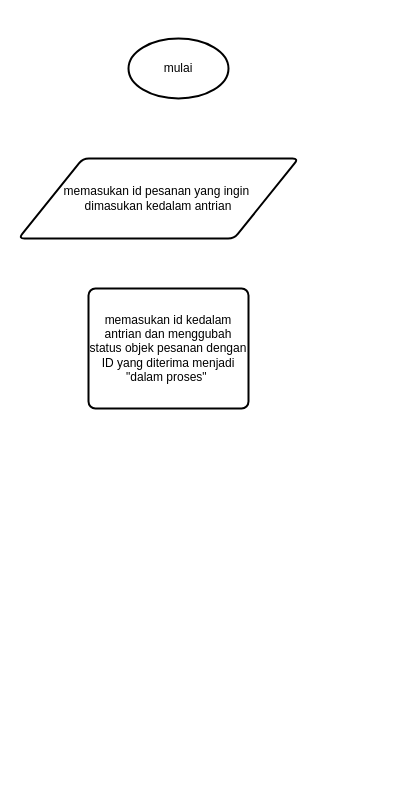
Above: flowchart strukturdata.drawio in ardya6/erd-dfd (draw.io), before the change. Source tidied: cells renumbered, new cells numbered last; positions are measured from the earlier drawing's top-left corner, leaving out a move shared by most shapes. Both pictures are drawn from the tidied source at 100%, with x=0, y=0 at pixel (18, 38).
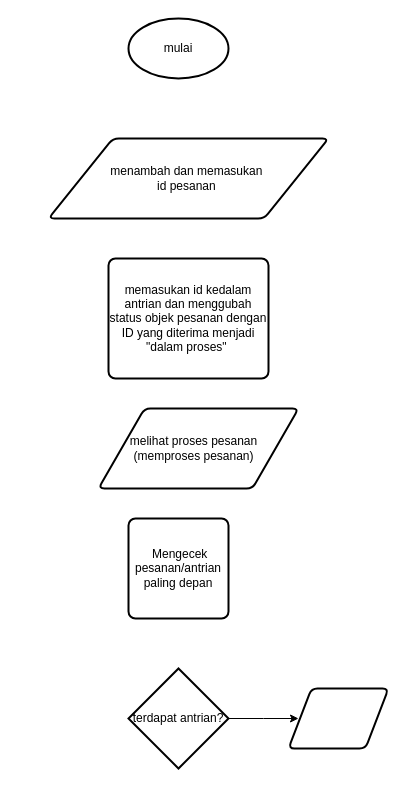
After the change.

The edit, as a diff of the source:
```diff
@@
 <mxGraphModel>
   <root>
     <mxCell id="0" />
     <mxCell id="1" parent="0" />
     <mxCell id="2" value="mulai" style="strokeWidth=2;html=1;shape=mxgraph.flowchart.start_1;whiteSpace=wrap;" parent="1" vertex="1">
-      <mxGeometry x="110" width="100" height="60" as="geometry" />
+      <mxGeometry x="110" y="-20" width="100" height="60" as="geometry" />
     </mxCell>
-    <mxCell id="3" value="memasukan id pesanan yang ingin&amp;nbsp;&lt;div&gt;dimasukan kedalam antrian&lt;/div&gt;" style="shape=parallelogram;html=1;strokeWidth=2;perimeter=parallelogramPerimeter;whiteSpace=wrap;rounded=1;arcSize=12;size=0.23;" parent="1" vertex="1">
-      <mxGeometry y="120" width="280" height="80" as="geometry" />
+    <mxCell id="3" value="menambah dan&amp;nbsp;&lt;span style=&quot;background-color: initial;&quot;&gt;memasukan&amp;nbsp;&lt;/span&gt;&lt;div&gt;&lt;span style=&quot;background-color: initial;&quot;&gt;id pesanan&amp;nbsp;&lt;/span&gt;&lt;/div&gt;" style="shape=parallelogram;html=1;strokeWidth=2;perimeter=parallelogramPerimeter;whiteSpace=wrap;rounded=1;arcSize=12;size=0.23;" parent="1" vertex="1">
+      <mxGeometry x="30" y="100" width="280" height="80" as="geometry" />
     </mxCell>
     <mxCell id="4" value="memasukan id kedalam antrian dan menggubah status objek pesanan dengan ID yang diterima menjadi &quot;dalam proses&quot;&amp;nbsp;" style="rounded=1;whiteSpace=wrap;html=1;absoluteArcSize=1;arcSize=14;strokeWidth=2;" parent="1" vertex="1">
-      <mxGeometry x="70" y="250" width="160" height="120" as="geometry" />
+      <mxGeometry x="90" y="220" width="160" height="120" as="geometry" />
     </mxCell>
+    <mxCell id="5" style="shape=parallelogram;html=1;strokeWidth=2;perimeter=parallelogramPerimeter;whiteSpace=wrap;rounded=1;arcSize=12;size=0.23;" parent="1" vertex="1">
+      <mxGeometry x="80" y="370" width="200" height="80" as="geometry" />
+    </mxCell>
+    <mxCell id="6" value="melihat&amp;nbsp;&lt;span style=&quot;background-color: initial;&quot;&gt;proses pesanan&lt;/span&gt;&lt;div&gt;(memproses pesanan)&lt;/div&gt;" style="text;html=1;align=center;verticalAlign=middle;strokeColor=none;fillColor=none;" parent="1" vertex="1">
+      <mxGeometry x="100" y="390" width="150" height="40" as="geometry" />
+    </mxCell>
+    <mxCell id="7" value="&amp;nbsp;Mengecek pesanan/antrian paling depan" style="rounded=1;whiteSpace=wrap;html=1;absoluteArcSize=1;arcSize=14;strokeWidth=2;" parent="1" vertex="1">
+      <mxGeometry x="110" y="480" width="100" height="100" as="geometry" />
+    </mxCell>
+    <mxCell id="8" style="edgeStyle=orthogonalEdgeStyle;rounded=0;jettySize=auto;html=1;" parent="1" edge="1" source="9">
+      <mxGeometry relative="1" as="geometry">
+        <mxPoint x="280" y="680" as="targetPoint" />
+      </mxGeometry>
+    </mxCell>
+    <mxCell id="9" value="terdapat antrian?" style="strokeWidth=2;html=1;shape=mxgraph.flowchart.decision;whiteSpace=wrap;" parent="1" vertex="1">
+      <mxGeometry x="110" y="630" width="100" height="100" as="geometry" />
+    </mxCell>
+    <mxCell id="10" style="shape=parallelogram;html=1;strokeWidth=2;perimeter=parallelogramPerimeter;whiteSpace=wrap;rounded=1;arcSize=12;size=0.23;" parent="1" vertex="1">
+      <mxGeometry x="270" y="650" width="100" height="60" as="geometry" />
+    </mxCell>
   </root>
 </mxGraphModel>
```
